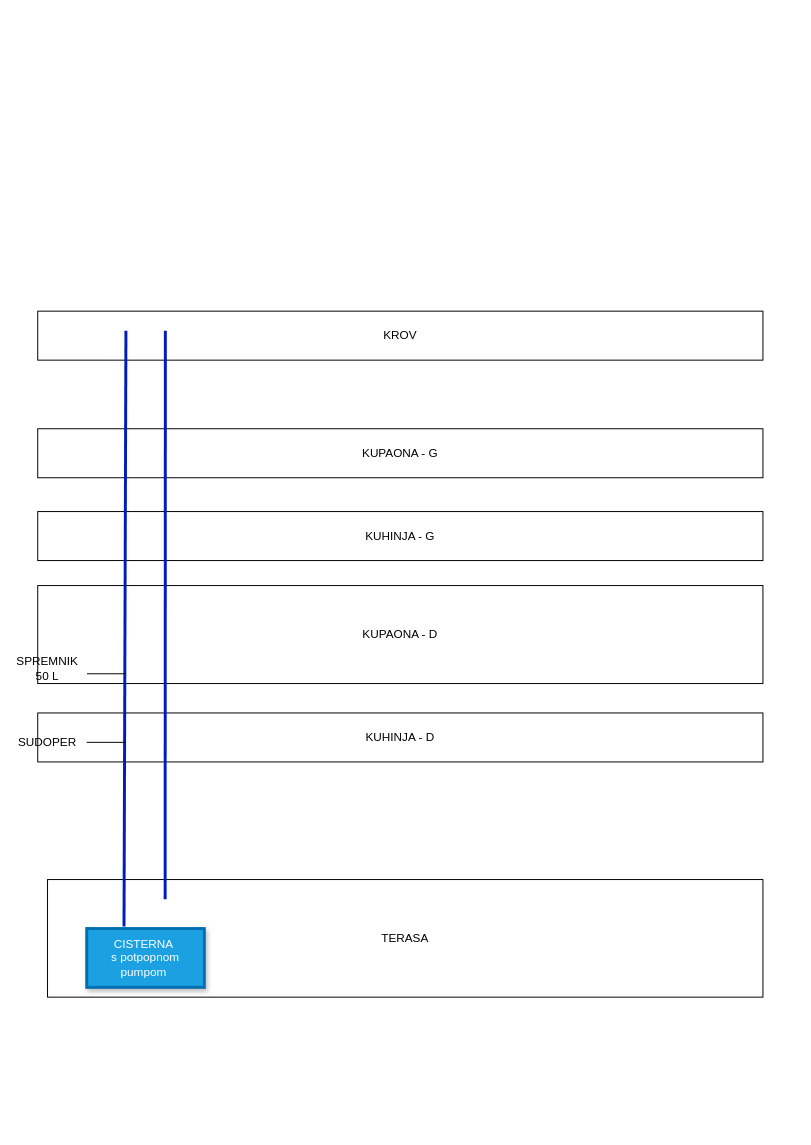
This is Untitled Diagram.drawio from RankoSimic/mix, a draw.io file, before an edit. Source tidied: cells renumbered, new cells numbered last; positions are measured from the earlier drawing's top-left corner, leaving out a move shared by most shapes. Both pictures are drawn from the tidied source at 98%, with x=0, y=0 at pixel (18, 311).
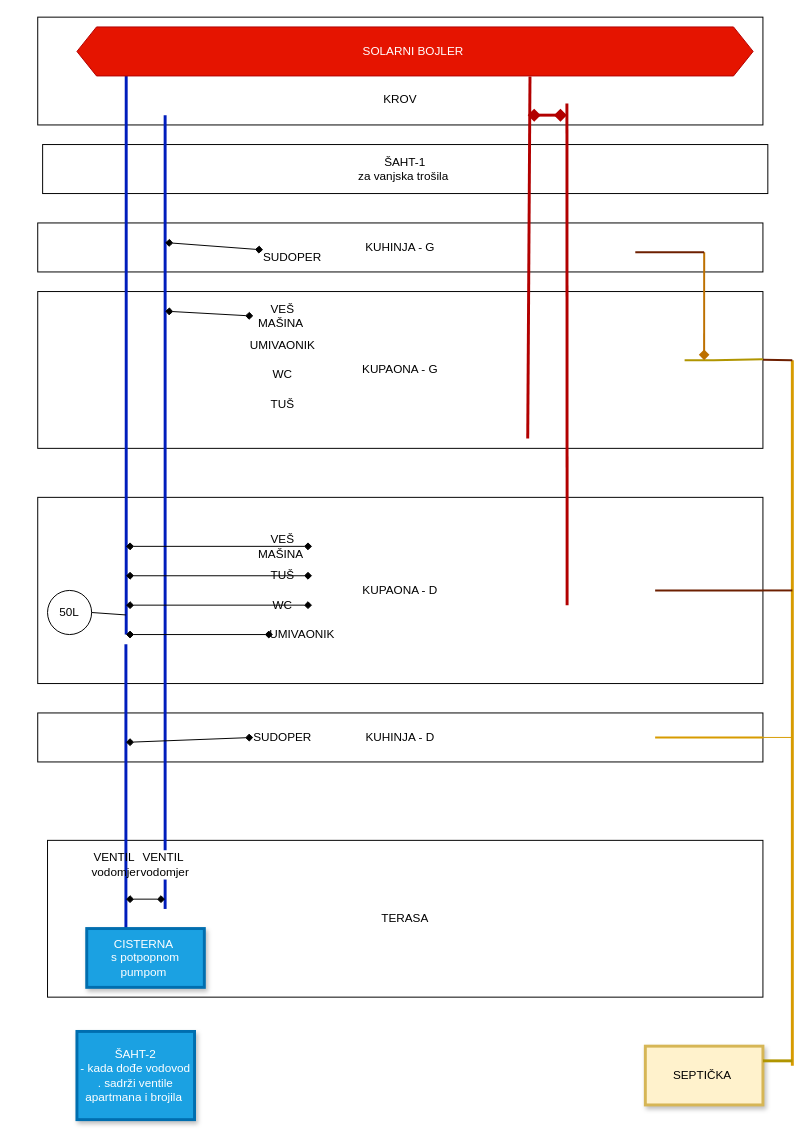
After the change.

Unchanged cells that the change refers to:
```xml
<mxCell id="6" value="KUHINJA - D" style="rounded=0;whiteSpace=wrap;html=1;" parent="1" vertex="1">
  <mxGeometry x="20" y="410" width="740" height="50" as="geometry" />
</mxCell>
<mxCell id="9" value="CISTERNA&amp;nbsp;&lt;div&gt;s potpopnom pumpom&amp;nbsp;&lt;/div&gt;" style="rounded=0;whiteSpace=wrap;html=1;fontSize=12;strokeWidth=3;shadow=1;fillColor=#1ba1e2;fontColor=#ffffff;strokeColor=#006EAF;" parent="1" vertex="1">
  <mxGeometry x="70" y="630" width="120" height="60" as="geometry" />
</mxCell>
```

Change to the diagram source:
```diff
@@
-    <mxCell id="2" value="KROV" style="rounded=0;whiteSpace=wrap;html=1;" parent="1" vertex="1">
-      <mxGeometry x="20" width="740" height="50" as="geometry" />
+    <mxCell id="2" value="&lt;div&gt;&lt;br&gt;&lt;/div&gt;&lt;div&gt;&lt;br&gt;&lt;/div&gt;&lt;div&gt;&lt;br&gt;&lt;/div&gt;&lt;div&gt;&lt;br&gt;&lt;/div&gt;KROV" style="rounded=0;whiteSpace=wrap;html=1;" parent="1" vertex="1">
+      <mxGeometry x="20" y="-300" width="740" height="110" as="geometry" />
     </mxCell>
+    <mxCell id="15" value="ŠAHT-1&lt;div&gt;za vanjska trošila&amp;nbsp;&lt;/div&gt;" style="rounded=0;whiteSpace=wrap;html=1;" parent="1" vertex="1">
+      <mxGeometry x="25" y="-170" width="740" height="50" as="geometry" />
+    </mxCell>
     <mxCell id="3" value="KUPAONA - G" style="rounded=0;whiteSpace=wrap;html=1;" parent="1" vertex="1">
-      <mxGeometry x="20" y="120" width="740" height="50" as="geometry" />
+      <mxGeometry x="20" y="-20" width="740" height="160" as="geometry" />
     </mxCell>
     <mxCell id="4" value="KUHINJA - G" style="rounded=0;whiteSpace=wrap;html=1;" parent="1" vertex="1">
-      <mxGeometry x="20" y="204.5" width="740" height="50" as="geometry" />
+      <mxGeometry x="20" y="-90" width="740" height="50" as="geometry" />
     </mxCell>
     <mxCell id="5" value="KUPAONA - D" style="rounded=0;whiteSpace=wrap;html=1;" parent="1" vertex="1">
-      <mxGeometry x="20" y="280" width="740" height="100" as="geometry" />
+      <mxGeometry x="20" y="190" width="740" height="190" as="geometry" />
     </mxCell>
@@
     <mxCell id="7" value="TERASA" style="rounded=0;whiteSpace=wrap;html=1;" parent="1" vertex="1">
-      <mxGeometry x="30" y="580" width="730" height="120" as="geometry" />
+      <mxGeometry x="30" y="540" width="730" height="160" as="geometry" />
     </mxCell>
-    <mxCell id="8" style="endArrow=none;html=1;rounded=0;strokeWidth=3;fillColor=#0050ef;strokeColor=#001DBC;exitX=0.317;exitY=-0.033;exitDx=0;exitDy=0;exitPerimeter=0;" parent="1" edge="1" source="9">
+    <mxCell id="8" style="endArrow=none;html=1;rounded=0;strokeWidth=3;fillColor=#0050ef;strokeColor=#001DBC;exitX=0.333;exitY=0.333;exitDx=0;exitDy=0;exitPerimeter=0;" parent="1" edge="1" source="9">
       <mxGeometry relative="1" as="geometry">
-        <mxPoint x="110" y="20" as="targetPoint" />
+        <mxPoint x="110" y="340" as="targetPoint" />
       </mxGeometry>
     </mxCell>
@@
-    <mxCell id="10" style="endArrow=none;html=1;rounded=0;strokeWidth=3;fillColor=#0050ef;strokeColor=#001DBC;entryX=0.176;entryY=0.4;entryDx=0;entryDy=0;entryPerimeter=0;" parent="1" edge="1" target="2">
+    <mxCell id="10" style="endArrow=none;html=1;rounded=0;strokeWidth=3;fillColor=#0050ef;strokeColor=#001DBC;" parent="1" edge="1" source="42">
       <mxGeometry relative="1" as="geometry">
-        <mxPoint x="150" y="600" as="sourcePoint" />
+        <mxPoint x="150" y="-200" as="targetPoint" />
       </mxGeometry>
     </mxCell>
-    <mxCell id="11" style="endArrow=none;html=1;rounded=0;" parent="1" edge="1">
+    <mxCell id="11" style="endArrow=diamond;html=1;rounded=0;exitX=0;exitY=0.5;exitDx=0;exitDy=0;startArrow=diamond;startFill=1;endFill=1;" parent="1" edge="1" source="12">
       <mxGeometry relative="1" as="geometry">
-        <mxPoint x="70" y="440" as="sourcePoint" />
         <mxPoint x="110" y="440" as="targetPoint" />
       </mxGeometry>
     </mxCell>
     <mxCell id="12" value="SUDOPER" style="text;html=1;align=center;verticalAlign=middle;whiteSpace=wrap;rounded=0;" parent="1" vertex="1">
-      <mxGeometry y="425" width="60" height="30" as="geometry" />
+      <mxGeometry x="240" y="420" width="60" height="30" as="geometry" />
     </mxCell>
-    <mxCell id="13" value="SPREMNIK&lt;div&gt;50 L&lt;/div&gt;" style="text;html=1;align=center;verticalAlign=middle;whiteSpace=wrap;rounded=0;" parent="1" vertex="1">
-      <mxGeometry y="350" width="60" height="30" as="geometry" />
-    </mxCell>
-    <mxCell id="14" style="endArrow=none;html=1;rounded=0;exitX=0.068;exitY=0.9;exitDx=0;exitDy=0;exitPerimeter=0;" parent="1" edge="1" source="5">
-      <mxGeometry relative="1" as="geometry">
-        <mxPoint x="110" y="370" as="targetPoint" />
-      </mxGeometry>
-    </mxCell>
+    <mxCell id="16" style="endArrow=none;html=1;rounded=0;strokeWidth=3;fillColor=#0050ef;strokeColor=#001DBC;exitX=0.122;exitY=0.737;exitDx=0;exitDy=0;exitPerimeter=0;entryX=0.122;entryY=0.4;entryDx=0;entryDy=0;entryPerimeter=0;" parent="1" edge="1" source="5" target="2">
+      <mxGeometry relative="1" as="geometry" />
+    </mxCell>
+    <mxCell id="17" value="WC" style="text;html=1;align=center;verticalAlign=middle;whiteSpace=wrap;rounded=0;" parent="1" vertex="1">
+      <mxGeometry x="240" y="285" width="60" height="30" as="geometry" />
+    </mxCell>
+    <mxCell id="18" value="TUŠ" style="text;html=1;align=center;verticalAlign=middle;whiteSpace=wrap;rounded=0;" parent="1" vertex="1">
+      <mxGeometry x="240" y="255" width="60" height="30" as="geometry" />
+    </mxCell>
+    <mxCell id="19" value="VEŠ MAŠINA&amp;nbsp;" style="text;html=1;align=center;verticalAlign=middle;whiteSpace=wrap;rounded=0;" parent="1" vertex="1">
+      <mxGeometry x="240" y="225" width="60" height="30" as="geometry" />
+    </mxCell>
+    <mxCell id="20" style="endArrow=diamond;html=1;rounded=0;entryX=1;entryY=0.5;entryDx=0;entryDy=0;startArrow=diamond;startFill=1;endFill=1;" parent="1" edge="1" target="17">
+      <mxGeometry relative="1" as="geometry">
+        <mxPoint x="110" y="300" as="sourcePoint" />
+      </mxGeometry>
+    </mxCell>
+    <mxCell id="21" style="endArrow=diamond;html=1;rounded=0;exitX=1;exitY=0.5;exitDx=0;exitDy=0;startArrow=diamond;startFill=1;endFill=1;" parent="1" edge="1" source="18">
+      <mxGeometry relative="1" as="geometry">
+        <mxPoint x="110" y="270" as="targetPoint" />
+      </mxGeometry>
+    </mxCell>
+    <mxCell id="22" style="endArrow=diamond;html=1;rounded=0;exitX=1;exitY=0.5;exitDx=0;exitDy=0;endFill=1;startArrow=diamond;startFill=1;" parent="1" edge="1" source="19">
+      <mxGeometry relative="1" as="geometry">
+        <mxPoint x="110" y="240" as="targetPoint" />
+      </mxGeometry>
+    </mxCell>
+    <mxCell id="23" value="SEPTIČKA&amp;nbsp;" style="rounded=0;whiteSpace=wrap;html=1;fontSize=12;strokeWidth=3;shadow=1;fillColor=#fff2cc;strokeColor=#d6b656;" parent="1" vertex="1">
+      <mxGeometry x="640" y="750" width="120" height="60" as="geometry" />
+    </mxCell>
+    <mxCell id="24" style="endArrow=none;html=1;rounded=0;strokeWidth=3;fillColor=#ffe6cc;strokeColor=#d79b00;" parent="1" edge="1">
+      <mxGeometry relative="1" as="geometry">
+        <mxPoint x="790" y="770" as="sourcePoint" />
+        <mxPoint x="790" y="50" as="targetPoint" />
+      </mxGeometry>
+    </mxCell>
+    <mxCell id="25" style="endArrow=none;html=1;rounded=0;exitX=1;exitY=0.5;exitDx=0;exitDy=0;fillColor=#a0522d;strokeColor=#6D1F00;strokeWidth=2;" parent="1" edge="1" source="5">
+      <mxGeometry relative="1" as="geometry">
+        <mxPoint x="790" y="285" as="targetPoint" />
+      </mxGeometry>
+    </mxCell>
+    <mxCell id="26" style="endArrow=none;html=1;rounded=0;exitX=1;exitY=0.5;exitDx=0;exitDy=0;fillColor=#ffe6cc;strokeColor=#d79b00;" parent="1" edge="1" source="6">
+      <mxGeometry relative="1" as="geometry">
+        <mxPoint x="790" y="435" as="targetPoint" />
+      </mxGeometry>
+    </mxCell>
+    <mxCell id="27" style="endArrow=none;html=1;rounded=0;exitX=1;exitY=0.25;exitDx=0;exitDy=0;fillColor=#e3c800;strokeColor=#B09500;strokeWidth=3;" parent="1" edge="1" source="23">
+      <mxGeometry relative="1" as="geometry">
+        <mxPoint x="790" y="765" as="targetPoint" />
+      </mxGeometry>
+    </mxCell>
+    <mxCell id="28" value="UMIVAONIK" style="text;html=1;whiteSpace=wrap;strokeColor=none;fillColor=none;align=center;verticalAlign=middle;rounded=0;" parent="1" vertex="1">
+      <mxGeometry x="260" y="315" width="60" height="30" as="geometry" />
+    </mxCell>
+    <mxCell id="29" style="endArrow=diamond;html=1;rounded=0;entryX=0;entryY=0.5;entryDx=0;entryDy=0;startArrow=diamond;startFill=1;endFill=1;" parent="1" edge="1" target="28">
+      <mxGeometry relative="1" as="geometry">
+        <mxPoint x="110" y="330" as="sourcePoint" />
+      </mxGeometry>
+    </mxCell>
+    <mxCell id="30" style="endArrow=none;html=1;rounded=0;entryX=1;entryY=0.5;entryDx=0;entryDy=0;fillColor=#ffe6cc;strokeColor=#d79b00;strokeWidth=2;" parent="1" edge="1" target="6">
+      <mxGeometry relative="1" as="geometry">
+        <mxPoint x="650" y="435" as="sourcePoint" />
+      </mxGeometry>
+    </mxCell>
+    <mxCell id="31" style="endArrow=none;html=1;rounded=0;entryX=1;entryY=0.5;entryDx=0;entryDy=0;fillColor=#a0522d;strokeColor=#6D1F00;strokeWidth=2;" parent="1" edge="1" target="5">
+      <mxGeometry relative="1" as="geometry">
+        <mxPoint x="650" y="285" as="sourcePoint" />
+      </mxGeometry>
+    </mxCell>
+    <mxCell id="32" value="SUDOPER" style="text;html=1;align=center;verticalAlign=middle;whiteSpace=wrap;rounded=0;" parent="1" vertex="1">
+      <mxGeometry x="250" y="-70" width="60" height="30" as="geometry" />
+    </mxCell>
+    <mxCell id="33" value="VEŠ MAŠINA&amp;nbsp;" style="text;html=1;align=center;verticalAlign=middle;whiteSpace=wrap;rounded=0;" parent="1" vertex="1">
+      <mxGeometry x="240" y="-10" width="60" height="30" as="geometry" />
+    </mxCell>
+    <mxCell id="34" value="UMIVAONIK" style="text;html=1;whiteSpace=wrap;strokeColor=none;fillColor=none;align=center;verticalAlign=middle;rounded=0;" parent="1" vertex="1">
+      <mxGeometry x="240" y="20" width="60" height="30" as="geometry" />
+    </mxCell>
+    <mxCell id="35" value="WC" style="text;html=1;align=center;verticalAlign=middle;whiteSpace=wrap;rounded=0;" parent="1" vertex="1">
+      <mxGeometry x="240" y="50" width="60" height="30" as="geometry" />
+    </mxCell>
+    <mxCell id="36" value="TUŠ" style="text;html=1;align=center;verticalAlign=middle;whiteSpace=wrap;rounded=0;" parent="1" vertex="1">
+      <mxGeometry x="240" y="80" width="60" height="30" as="geometry" />
+    </mxCell>
+    <mxCell id="37" style="endArrow=none;html=1;rounded=0;exitX=1;exitY=0.435;exitDx=0;exitDy=0;exitPerimeter=0;fillColor=#a0522d;strokeColor=#6D1F00;strokeWidth=2;" parent="1" edge="1" source="3">
+      <mxGeometry relative="1" as="geometry">
+        <mxPoint x="790" y="50" as="targetPoint" />
+      </mxGeometry>
+    </mxCell>
+    <mxCell id="38" value="SOLARNI BOJLER&amp;nbsp;" style="shape=hexagon;perimeter=hexagonPerimeter2;whiteSpace=wrap;html=1;fixedSize=1;fillColor=#e51400;fontColor=#ffffff;strokeColor=#B20000;" parent="1" vertex="1">
+      <mxGeometry x="60" y="-290" width="690" height="50" as="geometry" />
+    </mxCell>
+    <mxCell id="39" style="endArrow=diamond;html=1;rounded=0;entryX=0;entryY=0.25;entryDx=0;entryDy=0;startArrow=diamond;startFill=1;endFill=1;" parent="1" edge="1" target="32">
+      <mxGeometry relative="1" as="geometry">
+        <mxPoint x="150" y="-70" as="sourcePoint" />
+      </mxGeometry>
+    </mxCell>
+    <mxCell id="40" value="ŠAHT-2&lt;div&gt;- kada dođe vodovod&lt;/div&gt;&lt;div&gt;. sadrži ventile apartmana i brojila&amp;nbsp;&lt;/div&gt;" style="rounded=0;whiteSpace=wrap;html=1;fontSize=12;strokeWidth=3;shadow=1;fillColor=#1ba1e2;fontColor=#ffffff;strokeColor=#006EAF;" parent="1" vertex="1">
+      <mxGeometry x="60" y="735" width="120" height="90" as="geometry" />
+    </mxCell>
+    <mxCell id="41" style="endArrow=none;html=1;rounded=0;strokeWidth=3;fillColor=#0050ef;strokeColor=#001DBC;" parent="1" edge="1" target="42">
+      <mxGeometry relative="1" as="geometry">
+        <mxPoint x="150" y="610" as="sourcePoint" />
+      </mxGeometry>
+    </mxCell>
+    <mxCell id="42" value="VENTIL&amp;nbsp;&lt;div&gt;vodomjer&lt;/div&gt;" style="text;html=1;whiteSpace=wrap;strokeColor=none;fillColor=none;align=center;verticalAlign=middle;rounded=0;" parent="1" vertex="1">
+      <mxGeometry x="120" y="550" width="60" height="30" as="geometry" />
+    </mxCell>
+    <mxCell id="43" value="VENTIL&amp;nbsp;&lt;div&gt;vodomjer&lt;/div&gt;" style="text;html=1;whiteSpace=wrap;strokeColor=none;fillColor=none;align=center;verticalAlign=middle;rounded=0;" parent="1" vertex="1">
+      <mxGeometry x="70" y="550" width="60" height="30" as="geometry" />
+    </mxCell>
+    <mxCell id="44" style="endArrow=diamond;html=1;rounded=0;startArrow=diamond;startFill=1;endFill=1;" parent="1" edge="1">
+      <mxGeometry relative="1" as="geometry">
+        <mxPoint x="110" y="600" as="sourcePoint" />
+        <mxPoint x="150" y="600" as="targetPoint" />
+      </mxGeometry>
+    </mxCell>
+    <mxCell id="45" style="endArrow=diamond;html=1;rounded=0;entryX=0;entryY=0.5;entryDx=0;entryDy=0;startArrow=diamond;startFill=1;endFill=1;" parent="1" edge="1" target="33">
+      <mxGeometry relative="1" as="geometry">
+        <mxPoint x="150" as="sourcePoint" />
+      </mxGeometry>
+    </mxCell>
+    <mxCell id="46" value="50L" style="ellipse;whiteSpace=wrap;html=1;" parent="1" vertex="1">
+      <mxGeometry x="30" y="285" width="45" height="45" as="geometry" />
+    </mxCell>
+    <mxCell id="47" style="endArrow=none;html=1;rounded=0;entryX=1;entryY=0.5;entryDx=0;entryDy=0;" parent="1" edge="1" target="46">
+      <mxGeometry relative="1" as="geometry">
+        <mxPoint x="110" y="310" as="sourcePoint" />
+      </mxGeometry>
+    </mxCell>
+    <mxCell id="48" style="endArrow=none;html=1;rounded=0;entryX=1;entryY=0.432;entryDx=0;entryDy=0;entryPerimeter=0;exitX=0.892;exitY=0.438;exitDx=0;exitDy=0;exitPerimeter=0;strokeWidth=2;fillColor=#e3c800;strokeColor=#B09500;" parent="1" edge="1" source="3" target="3">
+      <mxGeometry relative="1" as="geometry">
+        <Array as="points">
+          <mxPoint x="710" y="50" />
+        </Array>
+      </mxGeometry>
+    </mxCell>
+    <mxCell id="49" style="endArrow=diamond;html=1;rounded=0;exitX=0.919;exitY=0.6;exitDx=0;exitDy=0;exitPerimeter=0;fillColor=#f0a30a;strokeColor=#BD7000;strokeWidth=2;endFill=1;" parent="1" edge="1" source="4">
+      <mxGeometry relative="1" as="geometry">
+        <mxPoint x="700" y="50" as="targetPoint" />
+      </mxGeometry>
+    </mxCell>
+    <mxCell id="50" style="endArrow=none;html=1;rounded=0;strokeWidth=3;fillColor=#e51400;strokeColor=#B20000;entryX=0.67;entryY=1.013;entryDx=0;entryDy=0;entryPerimeter=0;" parent="1" edge="1" target="38">
+      <mxGeometry relative="1" as="geometry">
+        <mxPoint x="520" y="130" as="sourcePoint" />
+      </mxGeometry>
+    </mxCell>
+    <mxCell id="51" style="endArrow=none;html=1;rounded=0;strokeWidth=3;fillColor=#e51400;strokeColor=#B20000;entryX=0.122;entryY=0.4;entryDx=0;entryDy=0;entryPerimeter=0;exitX=0.73;exitY=0.579;exitDx=0;exitDy=0;exitPerimeter=0;" parent="1" edge="1" source="5">
+      <mxGeometry relative="1" as="geometry">
+        <mxPoint x="560" y="-212" as="targetPoint" />
+      </mxGeometry>
+    </mxCell>
+    <mxCell id="52" style="endArrow=diamond;html=1;rounded=0;fillColor=#e51400;strokeColor=#B20000;strokeWidth=3;startArrow=diamond;startFill=1;endFill=1;" parent="1" edge="1">
+      <mxGeometry relative="1" as="geometry">
+        <mxPoint x="520" y="-200" as="sourcePoint" />
+        <mxPoint x="560" y="-200" as="targetPoint" />
+      </mxGeometry>
+    </mxCell>
+    <mxCell id="53" style="endArrow=none;html=1;rounded=0;exitX=0.824;exitY=0.6;exitDx=0;exitDy=0;exitPerimeter=0;fillColor=#a0522d;strokeColor=#6D1F00;strokeWidth=2;" parent="1" edge="1" source="4">
+      <mxGeometry relative="1" as="geometry">
+        <mxPoint x="700" y="-60" as="targetPoint" />
+      </mxGeometry>
+    </mxCell>
```
